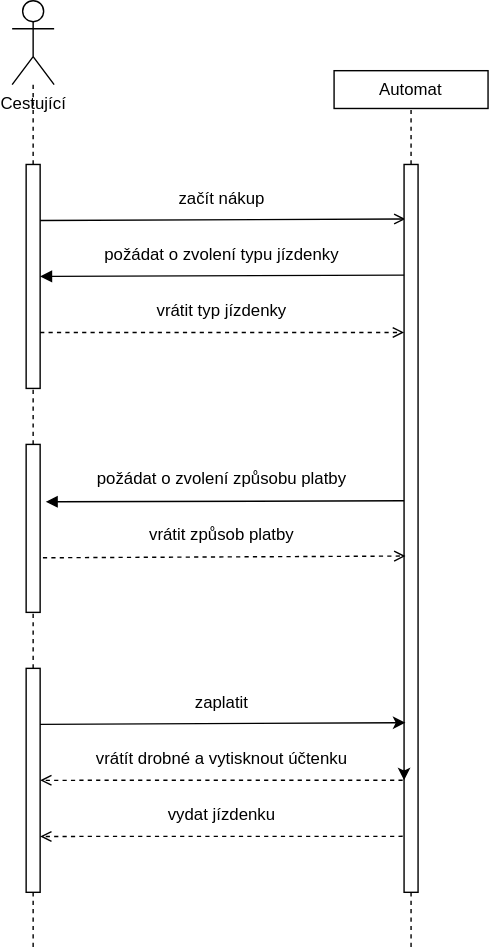
Above: jizdenky.svg in PetrHonzejk/diagrams.net (draw.io), before the change. Source tidied: cells renumbered, new cells last; positions are measured from the earlier drawing's top-left corner, leaving out a move shared by most shapes.
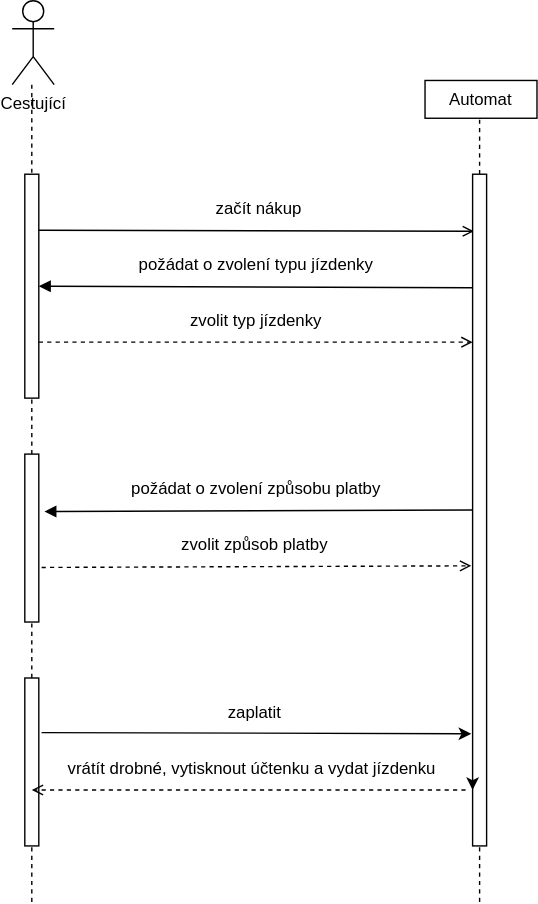
The same file after the commit.

What changed in the source:
```diff
@@ -3,101 +3,99 @@
     <mxCell id="0" />
     <mxCell id="1" parent="0" />
     <mxCell id="2" value="Automat" style="rounded=0;whiteSpace=wrap;html=1;" parent="1" vertex="1">
-      <mxGeometry x="230" y="50" width="110" height="27" as="geometry" />
+      <mxGeometry x="291" y="50" width="80" height="27" as="geometry" />
     </mxCell>
     <mxCell id="3" value="Cestující" style="shape=umlActor;verticalLabelPosition=bottom;verticalAlign=top;html=1;outlineConnect=0;" parent="1" vertex="1">
-      <mxGeometry width="30" height="60" as="geometry" />
+      <mxGeometry x="-4" y="-7" width="30" height="60" as="geometry" />
     </mxCell>
     <mxCell id="4" style="endArrow=none;dashed=1;html=1;rounded=0;startArrow=none;entryX=0.5;entryY=1;entryDx=0;entryDy=0;" parent="1" edge="1" source="25" target="6">
       <mxGeometry relative="1" as="geometry" />
     </mxCell>
-    <mxCell id="5" style="endArrow=none;dashed=1;html=1;rounded=0;entryX=0.5;entryY=1;entryDx=0;entryDy=0;exitX=0.5;exitY=0;exitDx=0;exitDy=0;" parent="1" edge="1" source="9" target="2">
-      <mxGeometry relative="1" as="geometry" />
+    <mxCell id="5" style="endArrow=none;dashed=1;html=1;rounded=0;entryX=0.5;entryY=1;entryDx=0;entryDy=0;exitX=0.5;exitY=0;exitDx=0;exitDy=0;" parent="1" edge="1" source="9">
+      <mxGeometry relative="1" as="geometry">
+        <mxPoint x="330" y="77" as="targetPoint" />
+      </mxGeometry>
     </mxCell>
     <mxCell id="6" style="rounded=0;whiteSpace=wrap;html=1;" parent="1" vertex="1">
-      <mxGeometry x="10" y="117" width="10" height="160" as="geometry" />
+      <mxGeometry x="5" y="117" width="10" height="160" as="geometry" />
     </mxCell>
-    <mxCell id="7" style="endArrow=open;html=1;rounded=0;endFill=0;exitX=1;exitY=0.25;exitDx=0;exitDy=0;entryX=0.1;entryY=0.075;entryDx=0;entryDy=0;entryPerimeter=0;" parent="1" edge="1" source="6" target="9">
+    <mxCell id="7" style="endArrow=open;html=1;rounded=0;endFill=0;exitX=1;exitY=0.25;exitDx=0;exitDy=0;entryX=0.1;entryY=0.085;entryDx=0;entryDy=0;entryPerimeter=0;" parent="1" edge="1" source="6" target="9">
       <mxGeometry relative="1" as="geometry" />
     </mxCell>
     <mxCell id="8" value="začít nákup" style="text;html=1;strokeColor=none;fillColor=none;align=center;verticalAlign=middle;whiteSpace=wrap;rounded=0;" parent="1" vertex="1">
-      <mxGeometry x="70" y="127" width="160" height="30" as="geometry" />
+      <mxGeometry x="20" y="127" width="305" height="30" as="geometry" />
     </mxCell>
     <mxCell id="9" style="rounded=0;whiteSpace=wrap;html=1;" parent="1" vertex="1">
-      <mxGeometry x="280" y="117" width="10" height="520" as="geometry" />
+      <mxGeometry x="325" y="117" width="10" height="480" as="geometry" />
     </mxCell>
-    <mxCell id="10" style="endArrow=block;html=1;rounded=0;entryX=1;entryY=0.5;entryDx=0;entryDy=0;endFill=1;exitX=0;exitY=0.152;exitDx=0;exitDy=0;exitPerimeter=0;" parent="1" edge="1" source="9" target="6">
+    <mxCell id="10" style="endArrow=block;html=1;rounded=0;entryX=1;entryY=0.5;entryDx=0;entryDy=0;endFill=1;exitX=0;exitY=0.169;exitDx=0;exitDy=0;exitPerimeter=0;" parent="1" edge="1" source="9" target="6">
       <mxGeometry relative="1" as="geometry" />
     </mxCell>
     <mxCell id="11" value="požádat o zvolení typu jízdenky" style="text;html=1;strokeColor=none;fillColor=none;align=center;verticalAlign=middle;whiteSpace=wrap;rounded=0;" parent="1" vertex="1">
-      <mxGeometry x="55" y="167" width="190" height="30" as="geometry" />
+      <mxGeometry x="18" y="167" width="305" height="30" as="geometry" />
     </mxCell>
-    <mxCell id="12" style="endArrow=open;html=1;rounded=0;exitX=1;exitY=0.75;exitDx=0;exitDy=0;endFill=0;dashed=1;" parent="1" edge="1" source="6">
-      <mxGeometry relative="1" as="geometry">
-        <mxPoint x="280" y="237" as="targetPoint" />
-      </mxGeometry>
+    <mxCell id="12" style="endArrow=open;html=1;rounded=0;exitX=1;exitY=0.75;exitDx=0;exitDy=0;endFill=0;dashed=1;entryX=0;entryY=0.25;entryDx=0;entryDy=0;" parent="1" edge="1" source="6" target="9">
+      <mxGeometry relative="1" as="geometry" />
     </mxCell>
-    <mxCell id="13" value="vrátit typ jízdenky" style="text;html=1;strokeColor=none;fillColor=none;align=center;verticalAlign=middle;whiteSpace=wrap;rounded=0;" parent="1" vertex="1">
-      <mxGeometry x="90" y="207" width="120" height="30" as="geometry" />
+    <mxCell id="13" value="zvolit typ jízdenky" style="text;html=1;strokeColor=none;fillColor=none;align=center;verticalAlign=middle;whiteSpace=wrap;rounded=0;" parent="1" vertex="1">
+      <mxGeometry x="19" y="207" width="303" height="30" as="geometry" />
     </mxCell>
-    <mxCell id="14" style="endArrow=block;html=1;rounded=0;endFill=1;entryX=1.4;entryY=0.342;entryDx=0;entryDy=0;exitX=0;exitY=0.462;exitDx=0;exitDy=0;entryPerimeter=0;exitPerimeter=0;" parent="1" edge="1" source="9" target="25">
+    <mxCell id="14" style="endArrow=block;html=1;rounded=0;endFill=1;entryX=1.4;entryY=0.342;entryDx=0;entryDy=0;exitX=0;exitY=0.5;exitDx=0;exitDy=0;entryPerimeter=0;" parent="1" edge="1" source="9" target="25">
       <mxGeometry relative="1" as="geometry" />
     </mxCell>
     <mxCell id="15" value="požádat o zvolení způsobu platby" style="text;html=1;strokeColor=none;fillColor=none;align=center;verticalAlign=middle;whiteSpace=wrap;rounded=0;" parent="1" vertex="1">
-      <mxGeometry x="50" y="327" width="200" height="30" as="geometry" />
+      <mxGeometry x="18" y="327" width="305" height="30" as="geometry" />
     </mxCell>
-    <mxCell id="16" style="endArrow=open;html=1;rounded=0;exitX=1.2;exitY=0.675;exitDx=0;exitDy=0;endFill=0;dashed=1;exitPerimeter=0;entryX=0.1;entryY=0.538;entryDx=0;entryDy=0;entryPerimeter=0;" parent="1" edge="1" source="25" target="9">
+    <mxCell id="16" style="endArrow=open;html=1;rounded=0;exitX=1.2;exitY=0.675;exitDx=0;exitDy=0;endFill=0;dashed=1;exitPerimeter=0;entryX=-0.1;entryY=0.583;entryDx=0;entryDy=0;entryPerimeter=0;" parent="1" edge="1" source="25" target="9">
       <mxGeometry relative="1" as="geometry" />
     </mxCell>
-    <mxCell id="17" value="vrátit&amp;nbsp;způsob platby" style="text;html=1;strokeColor=none;fillColor=none;align=center;verticalAlign=middle;whiteSpace=wrap;rounded=0;" parent="1" vertex="1">
-      <mxGeometry x="90" y="367" width="120" height="30" as="geometry" />
+    <mxCell id="17" value="zvolit způsob platby" style="text;html=1;strokeColor=none;fillColor=none;align=center;verticalAlign=middle;whiteSpace=wrap;rounded=0;" parent="1" vertex="1">
+      <mxGeometry x="17" y="367" width="305" height="30" as="geometry" />
     </mxCell>
     <mxCell id="18" style="rounded=0;whiteSpace=wrap;html=1;" parent="1" vertex="1">
-      <mxGeometry x="10" y="477" width="10" height="160" as="geometry" />
+      <mxGeometry x="5" y="477" width="10" height="120" as="geometry" />
     </mxCell>
-    <mxCell id="19" style="endArrow=classic;html=1;rounded=0;exitX=1;exitY=0.25;exitDx=0;exitDy=0;entryX=0.1;entryY=0.767;entryDx=0;entryDy=0;entryPerimeter=0;" parent="1" edge="1" source="18" target="9">
+    <mxCell id="19" style="endArrow=classic;html=1;rounded=0;exitX=1.2;exitY=0.325;exitDx=0;exitDy=0;entryX=-0.1;entryY=0.833;entryDx=0;entryDy=0;entryPerimeter=0;exitPerimeter=0;" parent="1" edge="1" source="18" target="9">
       <mxGeometry relative="1" as="geometry" />
     </mxCell>
     <mxCell id="20" value="zaplatit&lt;br&gt;" style="text;html=1;strokeColor=none;fillColor=none;align=center;verticalAlign=middle;whiteSpace=wrap;rounded=0;" parent="1" vertex="1">
-      <mxGeometry x="120" y="487" width="60" height="30" as="geometry" />
+      <mxGeometry x="17" y="487" width="305" height="30" as="geometry" />
     </mxCell>
-    <mxCell id="21" style="endArrow=open;html=1;rounded=0;entryX=1;entryY=0.5;entryDx=0;entryDy=0;dashed=1;endFill=0;exitX=-0.1;exitY=0.846;exitDx=0;exitDy=0;exitPerimeter=0;" parent="1" edge="1" source="9" target="18">
-      <mxGeometry relative="1" as="geometry" />
+    <mxCell id="21" style="endArrow=open;html=1;rounded=0;dashed=1;endFill=0;" parent="1" edge="1">
+      <mxGeometry relative="1" as="geometry">
+        <mxPoint x="320" y="557" as="sourcePoint" />
+        <mxPoint x="10" y="557" as="targetPoint" />
+      </mxGeometry>
     </mxCell>
-    <mxCell id="22" value="vrátít drobné a vytisknout účtenku" style="text;html=1;strokeColor=none;fillColor=none;align=center;verticalAlign=middle;whiteSpace=wrap;rounded=0;" parent="1" vertex="1">
-      <mxGeometry x="20" y="527" width="260" height="30" as="geometry" />
+    <mxCell id="22" value="vrátít drobné, vytisknout účtenku a vydat jízdenku" style="text;html=1;strokeColor=none;fillColor=none;align=center;verticalAlign=middle;whiteSpace=wrap;rounded=0;" parent="1" vertex="1">
+      <mxGeometry x="15" y="527" width="305" height="30" as="geometry" />
     </mxCell>
-    <mxCell id="23" value="vydat jízdenku" style="text;html=1;strokeColor=none;fillColor=none;align=center;verticalAlign=middle;whiteSpace=wrap;rounded=0;" parent="1" vertex="1">
-      <mxGeometry x="105" y="567" width="90" height="30" as="geometry" />
-    </mxCell>
-    <mxCell id="24" style="edgeStyle=orthogonalEdgeStyle;rounded=0;orthogonalLoop=1;jettySize=auto;html=1;exitX=1;exitY=0.75;exitDx=0;exitDy=0;entryX=1;entryY=1;entryDx=0;entryDy=0;" parent="1" edge="1" source="22" target="22">
-      <mxGeometry relative="1" as="geometry" />
+    <mxCell id="24" style="edgeStyle=orthogonalEdgeStyle;rounded=0;orthogonalLoop=1;jettySize=auto;html=1;exitX=1;exitY=0.75;exitDx=0;exitDy=0;entryX=1;entryY=1;entryDx=0;entryDy=0;" parent="1" edge="1">
+      <mxGeometry relative="1" as="geometry">
+        <mxPoint x="325" y="549.5" as="sourcePoint" />
+        <mxPoint x="325" y="557" as="targetPoint" />
+      </mxGeometry>
     </mxCell>
     <mxCell id="25" style="rounded=0;whiteSpace=wrap;html=1;" parent="1" vertex="1">
-      <mxGeometry x="10" y="317" width="10" height="120" as="geometry" />
+      <mxGeometry x="5" y="317" width="10" height="120" as="geometry" />
     </mxCell>
     <mxCell id="26" style="endArrow=none;dashed=1;html=1;rounded=0;exitX=0.5;exitY=0;exitDx=0;exitDy=0;" parent="1" edge="1" source="18" target="25">
       <mxGeometry relative="1" as="geometry" />
     </mxCell>
-    <mxCell id="27" style="endArrow=none;dashed=1;html=1;rounded=0;exitX=0.5;exitY=0;exitDx=0;exitDy=0;entryX=0.5;entryY=1;entryDx=0;entryDy=0;" parent="1" edge="1" target="18">
+    <mxCell id="27" style="endArrow=none;dashed=1;html=1;rounded=0;entryX=0.5;entryY=1;entryDx=0;entryDy=0;" parent="1" edge="1" target="18">
       <mxGeometry relative="1" as="geometry">
-        <mxPoint x="15" y="676" as="sourcePoint" />
+        <mxPoint x="10" y="637" as="sourcePoint" />
       </mxGeometry>
     </mxCell>
-    <mxCell id="28" style="endArrow=none;dashed=1;html=1;rounded=0;startArrow=none;entryX=0.5;entryY=0;entryDx=0;entryDy=0;" parent="1" edge="1" source="3" target="6">
-      <mxGeometry relative="1" as="geometry" />
+    <mxCell id="28" style="endArrow=none;dashed=1;html=1;rounded=0;startArrow=none;entryX=0.5;entryY=0;entryDx=0;entryDy=0;" parent="1" edge="1" target="6">
+      <mxGeometry relative="1" as="geometry">
+        <mxPoint x="10" y="53" as="sourcePoint" />
+      </mxGeometry>
     </mxCell>
-    <mxCell id="29" style="endArrow=none;dashed=1;html=1;rounded=0;entryX=0.5;entryY=1;entryDx=0;entryDy=0;" parent="1" edge="1">
+    <mxCell id="29" style="endArrow=none;dashed=1;html=1;rounded=0;entryX=0.5;entryY=1;entryDx=0;entryDy=0;" parent="1" edge="1" target="9">
       <mxGeometry relative="1" as="geometry">
-        <mxPoint x="285" y="676" as="sourcePoint" />
-        <mxPoint x="285" y="636" as="targetPoint" />
+        <mxPoint x="330" y="637" as="sourcePoint" />
       </mxGeometry>
     </mxCell>
-    <mxCell id="30" style="endArrow=open;html=1;rounded=0;entryX=1;entryY=0.5;entryDx=0;entryDy=0;dashed=1;endFill=0;exitX=-0.1;exitY=0.846;exitDx=0;exitDy=0;exitPerimeter=0;" parent="1" edge="1">
-      <mxGeometry relative="1" as="geometry">
-        <mxPoint x="279" y="597" as="sourcePoint" />
-        <mxPoint x="20" y="597.1" as="targetPoint" />
-      </mxGeometry>
-    </mxCell>
   </root>
 </mxGraphModel>
```
